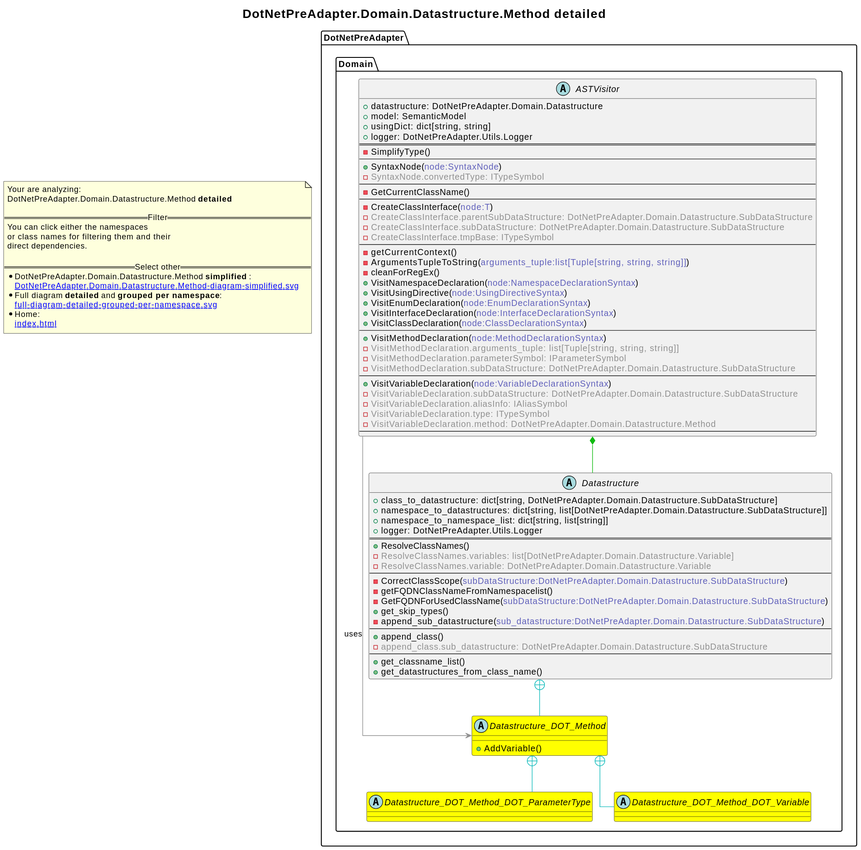
2BlackCoffees/revenger keeps this PlantUML diagram as revenger-csharp-adapter.out/DotNetPreAdapter.Domain.Datastructure.Method-diagram-detailed.svg. Above is the earlier version. The source it was exported from:
```plantuml
@startuml
skinparam linetype ortho
title <size:20>DotNetPreAdapter.Domain.Datastructure.Method **detailed** </size>
note "Your are analyzing:\nDotNetPreAdapter.Domain.Datastructure.Method **detailed** \n\n==Filter==\nYou can click either the namespaces \nor class names for filtering them and their\ndirect dependencies.\n\n==Select other==\n* DotNetPreAdapter.Domain.Datastructure.Method **simplified** :\n   [[DotNetPreAdapter.Domain.Datastructure.Method-diagram-simplified.svg]]\n* Full diagram **detailed** and **grouped per namespace**:\n   [[full-diagram-detailed-grouped-per-namespace.svg]]\n* Home:\n   [[index.html]]" as FloatingNote
  abstract class DotNetPreAdapter.Domain.Datastructure_DOT_Method [[DotNetPreAdapter.Domain.Datastructure.Method-diagram-detailed.svg]] #yellow {
    + AddVariable(<font color="6060BB"></font>)
  }
  abstract class DotNetPreAdapter.Domain.Datastructure_DOT_Method_DOT_ParameterType [[DotNetPreAdapter.Domain.Datastructure.Method.ParameterType-diagram-detailed.svg]] #yellow {
  }
  abstract class DotNetPreAdapter.Domain.Datastructure_DOT_Method_DOT_Variable [[DotNetPreAdapter.Domain.Datastructure.Method.Variable-diagram-detailed.svg]] #yellow {
  }
  abstract class DotNetPreAdapter.Domain.Datastructure [[DotNetPreAdapter.Domain.Datastructure-diagram-detailed.svg]]  {
    + class_to_datastructure: dict[string, DotNetPreAdapter.Domain.Datastructure.SubDataStructure]
    + namespace_to_datastructures: dict[string, list[DotNetPreAdapter.Domain.Datastructure.SubDataStructure]]
    + namespace_to_namespace_list: dict[string, list[string]]
    + logger: DotNetPreAdapter.Utils.Logger
==
    + ResolveClassNames(<font color="6060BB"></font>)
    - <font color="909090">ResolveClassNames.variables: list[DotNetPreAdapter.Domain.Datastructure.Variable]</font>
    - <font color="909090">ResolveClassNames.variable: DotNetPreAdapter.Domain.Datastructure.Variable</font>
--
    - CorrectClassScope(<font color="6060BB">subDataStructure:DotNetPreAdapter.Domain.Datastructure.SubDataStructure</font>)
    - getFQDNClassNameFromNamespacelist(<font color="6060BB"></font>)
    - GetFQDNForUsedClassName(<font color="6060BB">subDataStructure:DotNetPreAdapter.Domain.Datastructure.SubDataStructure</font>)
    + get_skip_types(<font color="6060BB"></font>)
    - append_sub_datastructure(<font color="6060BB">sub_datastructure:DotNetPreAdapter.Domain.Datastructure.SubDataStructure</font>)
--
    + append_class(<font color="6060BB"></font>)
    - <font color="909090">append_class.sub_datastructure: DotNetPreAdapter.Domain.Datastructure.SubDataStructure</font>
--
    + get_classname_list(<font color="6060BB"></font>)
    + get_datastructures_from_class_name(<font color="6060BB"></font>)
  }
  abstract class DotNetPreAdapter.Domain.ASTVisitor [[DotNetPreAdapter.Domain.ASTVisitor-diagram-detailed.svg]]  {
    + datastructure: DotNetPreAdapter.Domain.Datastructure
    + model: SemanticModel
    + usingDict: dict[string, string]
    + logger: DotNetPreAdapter.Utils.Logger
==
    - SimplifyType(<font color="6060BB"></font>)
--
    + SyntaxNode(<font color="6060BB">node:SyntaxNode</font>)
    - <font color="909090">SyntaxNode.convertedType: ITypeSymbol</font>
--
    - GetCurrentClassName(<font color="6060BB"></font>)
--
    - CreateClassInterface(<font color="6060BB">node:T</font>)
    - <font color="909090">CreateClassInterface.parentSubDataStructure: DotNetPreAdapter.Domain.Datastructure.SubDataStructure</font>
    - <font color="909090">CreateClassInterface.subDataStructure: DotNetPreAdapter.Domain.Datastructure.SubDataStructure</font>
    - <font color="909090">CreateClassInterface.tmpBase: ITypeSymbol</font>
--
    - getCurrentContext(<font color="6060BB"></font>)
    - ArgumentsTupleToString(<font color="6060BB">arguments_tuple:list[Tuple[string, string, string]]</font>)
    - cleanForRegEx(<font color="6060BB"></font>)
    + VisitNamespaceDeclaration(<font color="6060BB">node:NamespaceDeclarationSyntax</font>)
    + VisitUsingDirective(<font color="6060BB">node:UsingDirectiveSyntax</font>)
    + VisitEnumDeclaration(<font color="6060BB">node:EnumDeclarationSyntax</font>)
    + VisitInterfaceDeclaration(<font color="6060BB">node:InterfaceDeclarationSyntax</font>)
    + VisitClassDeclaration(<font color="6060BB">node:ClassDeclarationSyntax</font>)
--
    + VisitMethodDeclaration(<font color="6060BB">node:MethodDeclarationSyntax</font>)
    - <font color="909090">VisitMethodDeclaration.arguments_tuple: list[Tuple[string, string, string]]</font>
    - <font color="909090">VisitMethodDeclaration.parameterSymbol: IParameterSymbol</font>
    - <font color="909090">VisitMethodDeclaration.subDataStructure: DotNetPreAdapter.Domain.Datastructure.SubDataStructure</font>
--
    + VisitVariableDeclaration(<font color="6060BB">node:VariableDeclarationSyntax</font>)
    - <font color="909090">VisitVariableDeclaration.subDataStructure: DotNetPreAdapter.Domain.Datastructure.SubDataStructure</font>
    - <font color="909090">VisitVariableDeclaration.aliasInfo: IAliasSymbol</font>
    - <font color="909090">VisitVariableDeclaration.type: ITypeSymbol</font>
    - <font color="909090">VisitVariableDeclaration.method: DotNetPreAdapter.Domain.Datastructure.Method</font>
--
  }
DotNetPreAdapter.Domain.Datastructure_DOT_Method +-[#10BBBB]- DotNetPreAdapter.Domain.Datastructure_DOT_Method_DOT_ParameterType
DotNetPreAdapter.Domain.Datastructure_DOT_Method +-[#10BBBB]- DotNetPreAdapter.Domain.Datastructure_DOT_Method_DOT_Variable
DotNetPreAdapter.Domain.Datastructure +-[#10BBBB]- DotNetPreAdapter.Domain.Datastructure_DOT_Method
DotNetPreAdapter.Domain.ASTVisitor *-[#10BB10]- DotNetPreAdapter.Domain.Datastructure
DotNetPreAdapter.Domain.ASTVisitor -[#909090]-> DotNetPreAdapter.Domain.Datastructure_DOT_Method  : uses
@enduml
```
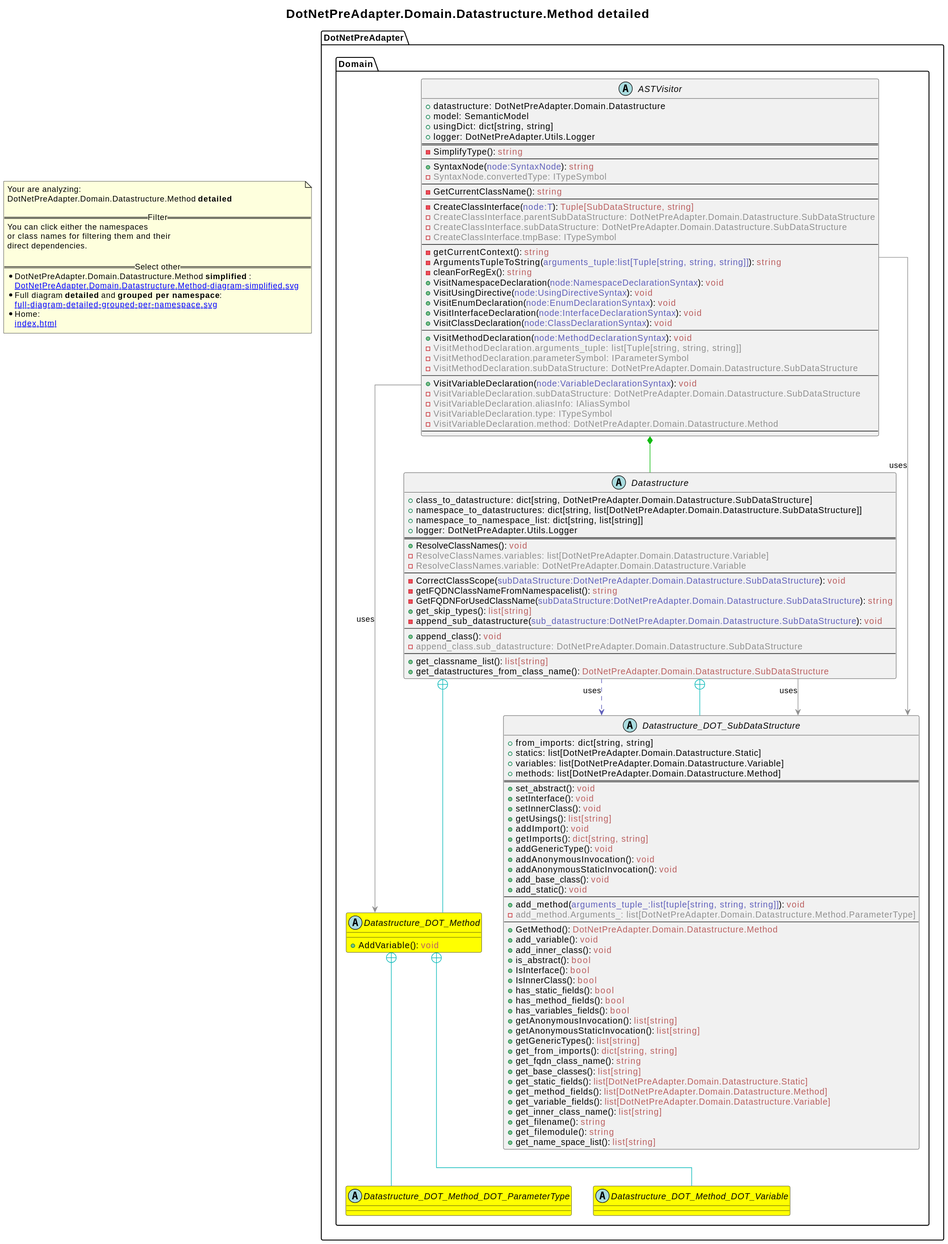
Above is the later version.

Diff of the diagram source:
```diff
@@ -3,7 +3,7 @@
 title <size:20>DotNetPreAdapter.Domain.Datastructure.Method **detailed** </size>
 note "Your are analyzing:\nDotNetPreAdapter.Domain.Datastructure.Method **detailed** \n\n==Filter==\nYou can click either the namespaces \nor class names for filtering them and their\ndirect dependencies.\n\n==Select other==\n* DotNetPreAdapter.Domain.Datastructure.Method **simplified** :\n   [[DotNetPreAdapter.Domain.Datastructure.Method-diagram-simplified.svg]]\n* Full diagram **detailed** and **grouped per namespace**:\n   [[full-diagram-detailed-grouped-per-namespace.svg]]\n* Home:\n   [[index.html]]" as FloatingNote
   abstract class DotNetPreAdapter.Domain.Datastructure_DOT_Method [[DotNetPreAdapter.Domain.Datastructure.Method-diagram-detailed.svg]] #yellow {
-    + AddVariable(<font color="6060BB"></font>)
+    + AddVariable(<font color="6060BB"></font>): <font color="BB6060">void</font>
   }
   abstract class DotNetPreAdapter.Domain.Datastructure_DOT_Method_DOT_ParameterType [[DotNetPreAdapter.Domain.Datastructure.Method.ParameterType-diagram-detailed.svg]] #yellow {
   }
@@ -15,21 +15,65 @@
     + namespace_to_namespace_list: dict[string, list[string]]
     + logger: DotNetPreAdapter.Utils.Logger
 ==
-    + ResolveClassNames(<font color="6060BB"></font>)
+    + ResolveClassNames(<font color="6060BB"></font>): <font color="BB6060">void</font>
     - <font color="909090">ResolveClassNames.variables: list[DotNetPreAdapter.Domain.Datastructure.Variable]</font>
     - <font color="909090">ResolveClassNames.variable: DotNetPreAdapter.Domain.Datastructure.Variable</font>
 --
-    - CorrectClassScope(<font color="6060BB">subDataStructure:DotNetPreAdapter.Domain.Datastructure.SubDataStructure</font>)
-    - getFQDNClassNameFromNamespacelist(<font color="6060BB"></font>)
-    - GetFQDNForUsedClassName(<font color="6060BB">subDataStructure:DotNetPreAdapter.Domain.Datastructure.SubDataStructure</font>)
-    + get_skip_types(<font color="6060BB"></font>)
-    - append_sub_datastructure(<font color="6060BB">sub_datastructure:DotNetPreAdapter.Domain.Datastructure.SubDataStructure</font>)
+    - CorrectClassScope(<font color="6060BB">subDataStructure:DotNetPreAdapter.Domain.Datastructure.SubDataStructure</font>): <font color="BB6060">void</font>
+    - getFQDNClassNameFromNamespacelist(<font color="6060BB"></font>): <font color="BB6060">string</font>
+    - GetFQDNForUsedClassName(<font color="6060BB">subDataStructure:DotNetPreAdapter.Domain.Datastructure.SubDataStructure</font>): <font color="BB6060">string</font>
+    + get_skip_types(<font color="6060BB"></font>): <font color="BB6060">list[string]</font>
+    - append_sub_datastructure(<font color="6060BB">sub_datastructure:DotNetPreAdapter.Domain.Datastructure.SubDataStructure</font>): <font color="BB6060">void</font>
 --
-    + append_class(<font color="6060BB"></font>)
+    + append_class(<font color="6060BB"></font>): <font color="BB6060">void</font>
     - <font color="909090">append_class.sub_datastructure: DotNetPreAdapter.Domain.Datastructure.SubDataStructure</font>
 --
-    + get_classname_list(<font color="6060BB"></font>)
-    + get_datastructures_from_class_name(<font color="6060BB"></font>)
+    + get_classname_list(<font color="6060BB"></font>): <font color="BB6060">list[string]</font>
+    + get_datastructures_from_class_name(<font color="6060BB"></font>): <font color="BB6060">DotNetPreAdapter.Domain.Datastructure.SubDataStructure</font>
+  }
+  abstract class DotNetPreAdapter.Domain.Datastructure_DOT_SubDataStructure [[DotNetPreAdapter.Domain.Datastructure.SubDataStructure-diagram-detailed.svg]]  {
+    + from_imports: dict[string, string]
+    + statics: list[DotNetPreAdapter.Domain.Datastructure.Static]
+    + variables: list[DotNetPreAdapter.Domain.Datastructure.Variable]
+    + methods: list[DotNetPreAdapter.Domain.Datastructure.Method]
+==
+    + set_abstract(<font color="6060BB"></font>): <font color="BB6060">void</font>
+    + setInterface(<font color="6060BB"></font>): <font color="BB6060">void</font>
+    + setInnerClass(<font color="6060BB"></font>): <font color="BB6060">void</font>
+    + getUsings(<font color="6060BB"></font>): <font color="BB6060">list[string]</font>
+    + addImport(<font color="6060BB"></font>): <font color="BB6060">void</font>
+    + getImports(<font color="6060BB"></font>): <font color="BB6060">dict[string, string]</font>
+    + addGenericType(<font color="6060BB"></font>): <font color="BB6060">void</font>
+    + addAnonymousInvocation(<font color="6060BB"></font>): <font color="BB6060">void</font>
+    + addAnonymousStaticInvocation(<font color="6060BB"></font>): <font color="BB6060">void</font>
+    + add_base_class(<font color="6060BB"></font>): <font color="BB6060">void</font>
+    + add_static(<font color="6060BB"></font>): <font color="BB6060">void</font>
+--
+    + add_method(<font color="6060BB">arguments_tuple_:list[tuple[string, string, string]]</font>): <font color="BB6060">void</font>
+    - <font color="909090">add_method.Arguments_: list[DotNetPreAdapter.Domain.Datastructure.Method.ParameterType]</font>
+--
+    + GetMethod(<font color="6060BB"></font>): <font color="BB6060">DotNetPreAdapter.Domain.Datastructure.Method</font>
+    + add_variable(<font color="6060BB"></font>): <font color="BB6060">void</font>
+    + add_inner_class(<font color="6060BB"></font>): <font color="BB6060">void</font>
+    + is_abstract(<font color="6060BB"></font>): <font color="BB6060">bool</font>
+    + IsInterface(<font color="6060BB"></font>): <font color="BB6060">bool</font>
+    + IsInnerClass(<font color="6060BB"></font>): <font color="BB6060">bool</font>
+    + has_static_fields(<font color="6060BB"></font>): <font color="BB6060">bool</font>
+    + has_method_fields(<font color="6060BB"></font>): <font color="BB6060">bool</font>
+    + has_variables_fields(<font color="6060BB"></font>): <font color="BB6060">bool</font>
+    + getAnonymousInvocation(<font color="6060BB"></font>): <font color="BB6060">list[string]</font>
+    + getAnonymousStaticInvocation(<font color="6060BB"></font>): <font color="BB6060">list[string]</font>
+    + getGenericTypes(<font color="6060BB"></font>): <font color="BB6060">list[string]</font>
+    + get_from_imports(<font color="6060BB"></font>): <font color="BB6060">dict[string, string]</font>
+    + get_fqdn_class_name(<font color="6060BB"></font>): <font color="BB6060">string</font>
+    + get_base_classes(<font color="6060BB"></font>): <font color="BB6060">list[string]</font>
+    + get_static_fields(<font color="6060BB"></font>): <font color="BB6060">list[DotNetPreAdapter.Domain.Datastructure.Static]</font>
+    + get_method_fields(<font color="6060BB"></font>): <font color="BB6060">list[DotNetPreAdapter.Domain.Datastructure.Method]</font>
+    + get_variable_fields(<font color="6060BB"></font>): <font color="BB6060">list[DotNetPreAdapter.Domain.Datastructure.Variable]</font>
+    + get_inner_class_name(<font color="6060BB"></font>): <font color="BB6060">list[string]</font>
+    + get_filename(<font color="6060BB"></font>): <font color="BB6060">string</font>
+    + get_filemodule(<font color="6060BB"></font>): <font color="BB6060">string</font>
+    + get_name_space_list(<font color="6060BB"></font>): <font color="BB6060">list[string]</font>
   }
   abstract class DotNetPreAdapter.Domain.ASTVisitor [[DotNetPreAdapter.Domain.ASTVisitor-diagram-detailed.svg]]  {
     + datastructure: DotNetPreAdapter.Domain.Datastructure
@@ -37,33 +81,33 @@
     + usingDict: dict[string, string]
     + logger: DotNetPreAdapter.Utils.Logger
 ==
-    - SimplifyType(<font color="6060BB"></font>)
+    - SimplifyType(<font color="6060BB"></font>): <font color="BB6060">string</font>
 --
-    + SyntaxNode(<font color="6060BB">node:SyntaxNode</font>)
+    + SyntaxNode(<font color="6060BB">node:SyntaxNode</font>): <font color="BB6060">string</font>
     - <font color="909090">SyntaxNode.convertedType: ITypeSymbol</font>
 --
-    - GetCurrentClassName(<font color="6060BB"></font>)
+    - GetCurrentClassName(<font color="6060BB"></font>): <font color="BB6060">string</font>
 --
-    - CreateClassInterface(<font color="6060BB">node:T</font>)
+    - CreateClassInterface(<font color="6060BB">node:T</font>): <font color="BB6060">Tuple[SubDataStructure, string]</font>
     - <font color="909090">CreateClassInterface.parentSubDataStructure: DotNetPreAdapter.Domain.Datastructure.SubDataStructure</font>
     - <font color="909090">CreateClassInterface.subDataStructure: DotNetPreAdapter.Domain.Datastructure.SubDataStructure</font>
     - <font color="909090">CreateClassInterface.tmpBase: ITypeSymbol</font>
 --
-    - getCurrentContext(<font color="6060BB"></font>)
-    - ArgumentsTupleToString(<font color="6060BB">arguments_tuple:list[Tuple[string, string, string]]</font>)
-    - cleanForRegEx(<font color="6060BB"></font>)
-    + VisitNamespaceDeclaration(<font color="6060BB">node:NamespaceDeclarationSyntax</font>)
-    + VisitUsingDirective(<font color="6060BB">node:UsingDirectiveSyntax</font>)
-    + VisitEnumDeclaration(<font color="6060BB">node:EnumDeclarationSyntax</font>)
-    + VisitInterfaceDeclaration(<font color="6060BB">node:InterfaceDeclarationSyntax</font>)
-    + VisitClassDeclaration(<font color="6060BB">node:ClassDeclarationSyntax</font>)
+    - getCurrentContext(<font color="6060BB"></font>): <font color="BB6060">string</font>
+    - ArgumentsTupleToString(<font color="6060BB">arguments_tuple:list[Tuple[string, string, string]]</font>): <font color="BB6060">string</font>
+    - cleanForRegEx(<font color="6060BB"></font>): <font color="BB6060">string</font>
+    + VisitNamespaceDeclaration(<font color="6060BB">node:NamespaceDeclarationSyntax</font>): <font color="BB6060">void</font>
+    + VisitUsingDirective(<font color="6060BB">node:UsingDirectiveSyntax</font>): <font color="BB6060">void</font>
+    + VisitEnumDeclaration(<font color="6060BB">node:EnumDeclarationSyntax</font>): <font color="BB6060">void</font>
+    + VisitInterfaceDeclaration(<font color="6060BB">node:InterfaceDeclarationSyntax</font>): <font color="BB6060">void</font>
+    + VisitClassDeclaration(<font color="6060BB">node:ClassDeclarationSyntax</font>): <font color="BB6060">void</font>
 --
-    + VisitMethodDeclaration(<font color="6060BB">node:MethodDeclarationSyntax</font>)
+    + VisitMethodDeclaration(<font color="6060BB">node:MethodDeclarationSyntax</font>): <font color="BB6060">void</font>
     - <font color="909090">VisitMethodDeclaration.arguments_tuple: list[Tuple[string, string, string]]</font>
     - <font color="909090">VisitMethodDeclaration.parameterSymbol: IParameterSymbol</font>
     - <font color="909090">VisitMethodDeclaration.subDataStructure: DotNetPreAdapter.Domain.Datastructure.SubDataStructure</font>
 --
-    + VisitVariableDeclaration(<font color="6060BB">node:VariableDeclarationSyntax</font>)
+    + VisitVariableDeclaration(<font color="6060BB">node:VariableDeclarationSyntax</font>): <font color="BB6060">void</font>
     - <font color="909090">VisitVariableDeclaration.subDataStructure: DotNetPreAdapter.Domain.Datastructure.SubDataStructure</font>
     - <font color="909090">VisitVariableDeclaration.aliasInfo: IAliasSymbol</font>
     - <font color="909090">VisitVariableDeclaration.type: ITypeSymbol</font>
@@ -73,6 +117,11 @@
 DotNetPreAdapter.Domain.Datastructure_DOT_Method +-[#10BBBB]- DotNetPreAdapter.Domain.Datastructure_DOT_Method_DOT_ParameterType
 DotNetPreAdapter.Domain.Datastructure_DOT_Method +-[#10BBBB]- DotNetPreAdapter.Domain.Datastructure_DOT_Method_DOT_Variable
 DotNetPreAdapter.Domain.Datastructure +-[#10BBBB]- DotNetPreAdapter.Domain.Datastructure_DOT_Method
+DotNetPreAdapter.Domain.Datastructure +-[#10BBBB]- DotNetPreAdapter.Domain.Datastructure_DOT_SubDataStructure
+DotNetPreAdapter.Domain.Datastructure .[#6060BB].> DotNetPreAdapter.Domain.Datastructure_DOT_SubDataStructure  : uses
+DotNetPreAdapter.Domain.Datastructure -[#909090]-> DotNetPreAdapter.Domain.Datastructure_DOT_SubDataStructure  : uses
+DotNetPreAdapter.Domain.Datastructure.SubDataStructure .[#6060BB].> DotNetPreAdapter.Domain.Datastructure_DOT_Method  : uses
 DotNetPreAdapter.Domain.ASTVisitor *-[#10BB10]- DotNetPreAdapter.Domain.Datastructure
+DotNetPreAdapter.Domain.ASTVisitor -[#909090]-> DotNetPreAdapter.Domain.Datastructure_DOT_SubDataStructure  : uses
 DotNetPreAdapter.Domain.ASTVisitor -[#909090]-> DotNetPreAdapter.Domain.Datastructure_DOT_Method  : uses
 @enduml
```
